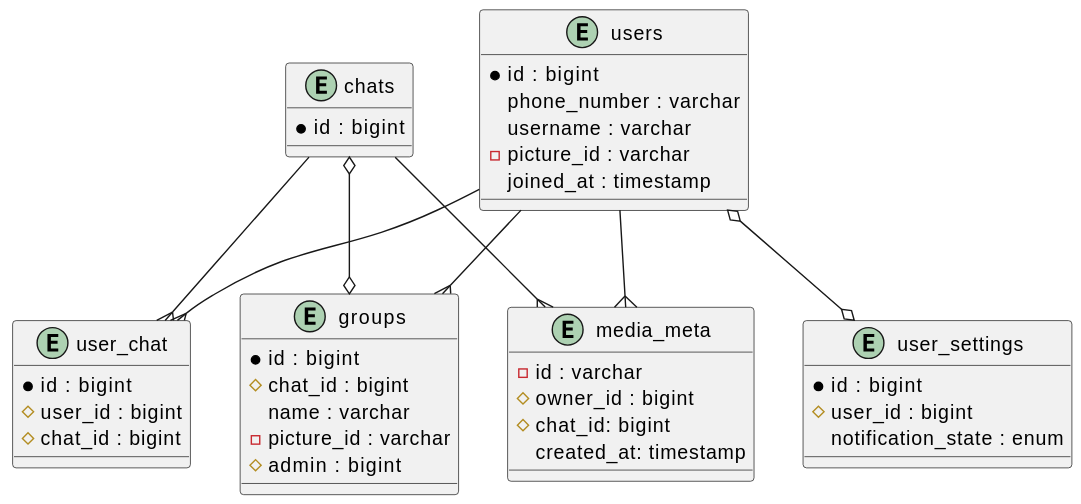
The PlantUML diagram topics/architecture/2025-07_Chat_Messaging_Platform/solutions/lisa-gold/diagrams/svg/db.svg in holtzilya2008/my-code, before a commit.
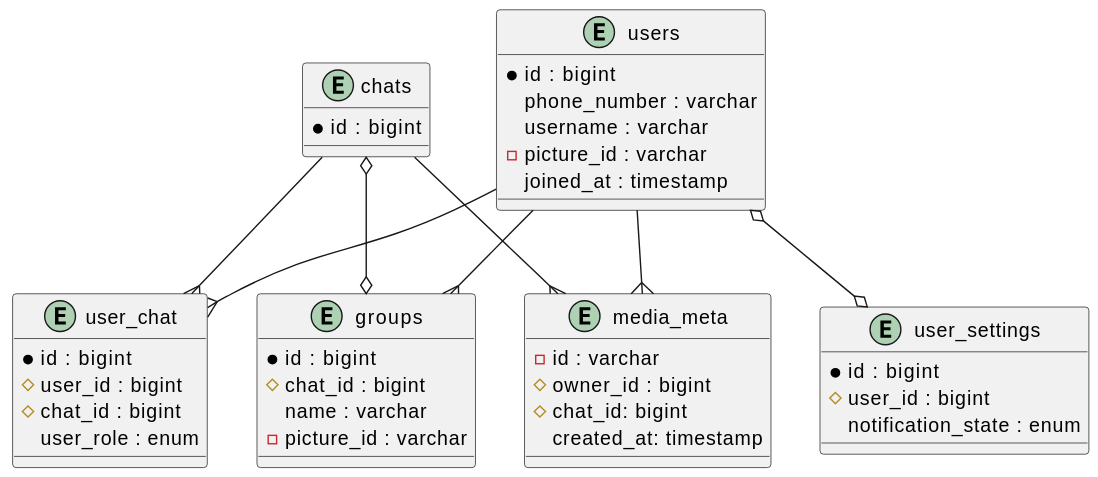
Above is the later version.

Diff of the diagram source:
```diff
@@ -15,6 +15,7 @@
     *id : bigint
     # user_id : bigint
     # chat_id : bigint
+    user_role : enum
 }
 
 entity user_settings {
@@ -28,7 +29,6 @@
     # chat_id : bigint
     name : varchar
     - picture_id : varchar
-    # admin : bigint
 }
 
 entity media_meta {
```
